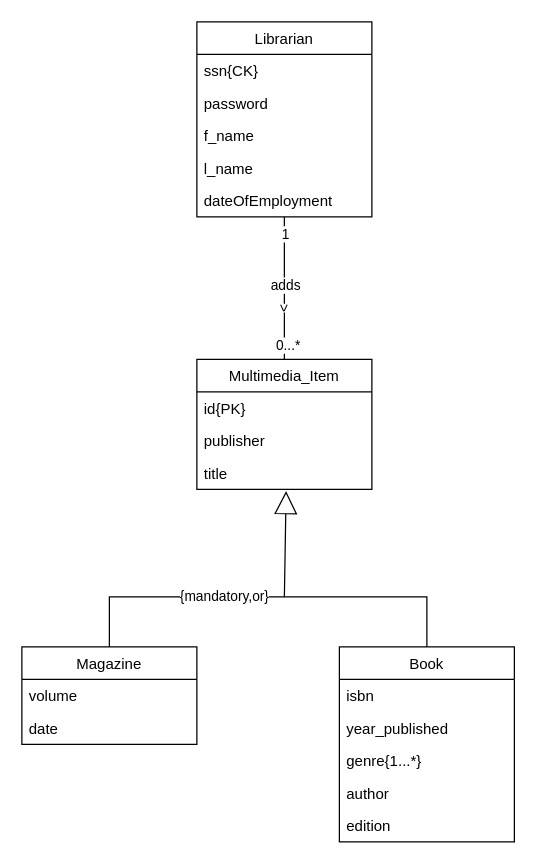
The draw.io diagram Database/remove_MulltimediaItems.drawio in RafaelSanchezCordoba/Semester-Project-Library, before the edit. Source tidied: cells renumbered, new cells numbered last; positions are measured from the earlier drawing's top-left corner, leaving out a move shared by most shapes. Both pictures are drawn from the tidied source at 125%, with x=0, y=0 at pixel (21, 21).
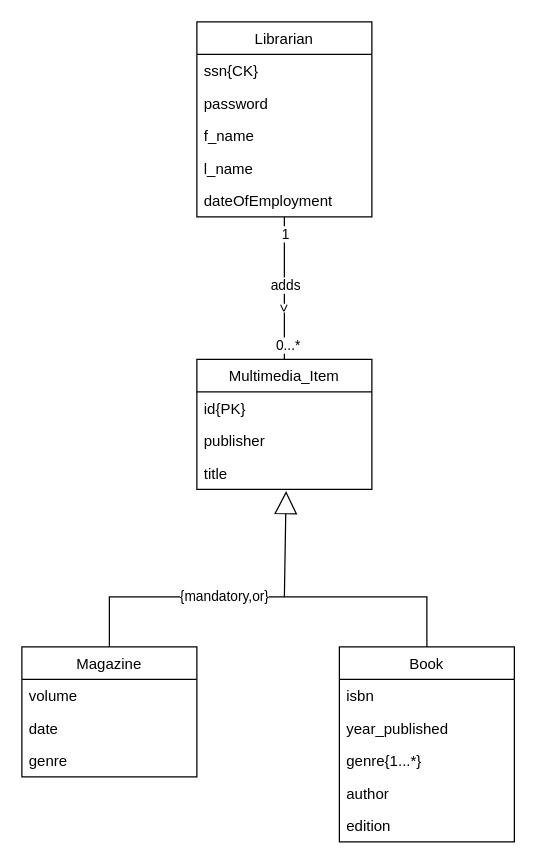
The same diagram, later.

The edit, as a diff of the source:
```diff
@@
     <mxCell id="12" value="Magazine" style="swimlane;fontStyle=0;horizontal=1;startSize=26;fillColor=none;" parent="1" vertex="1">
-      <mxGeometry y="500" width="140" height="78" as="geometry" />
+      <mxGeometry y="500" width="140" height="104" as="geometry" />
     </mxCell>
@@
+    <mxCell id="28" value="genre" style="text;strokeColor=none;fillColor=none;align=left;verticalAlign=top;spacingLeft=4;spacingRight=4;overflow=hidden;" parent="12" vertex="1">
+      <mxGeometry y="78" width="140" height="26" as="geometry" />
+    </mxCell>
```
